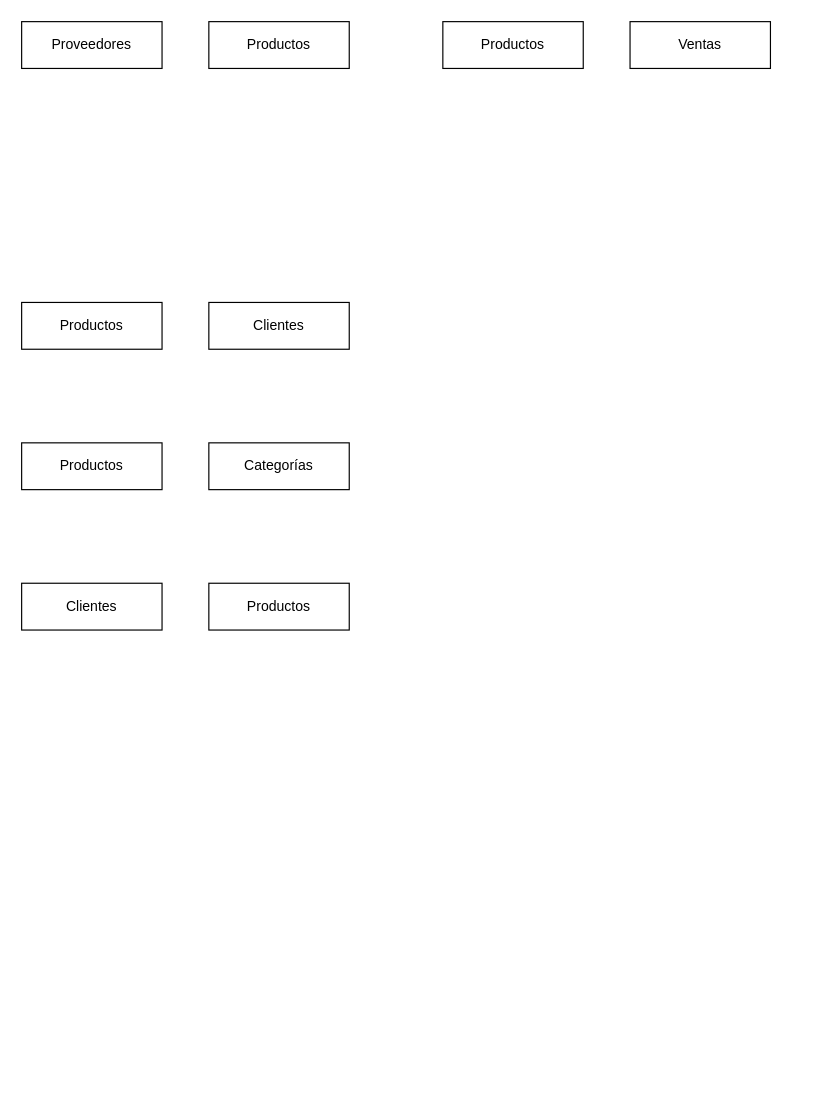
The draw.io diagram Tareas/Tarea3.drawio in JuanManuelMM/Base-Datos, before the edit. Source tidied: cells renumbered, new cells numbered last; positions are measured from the earlier drawing's top-left corner, leaving out a move shared by most shapes. Both pictures are drawn from the tidied source at 117%, with x=0, y=0 at pixel (21, 21).
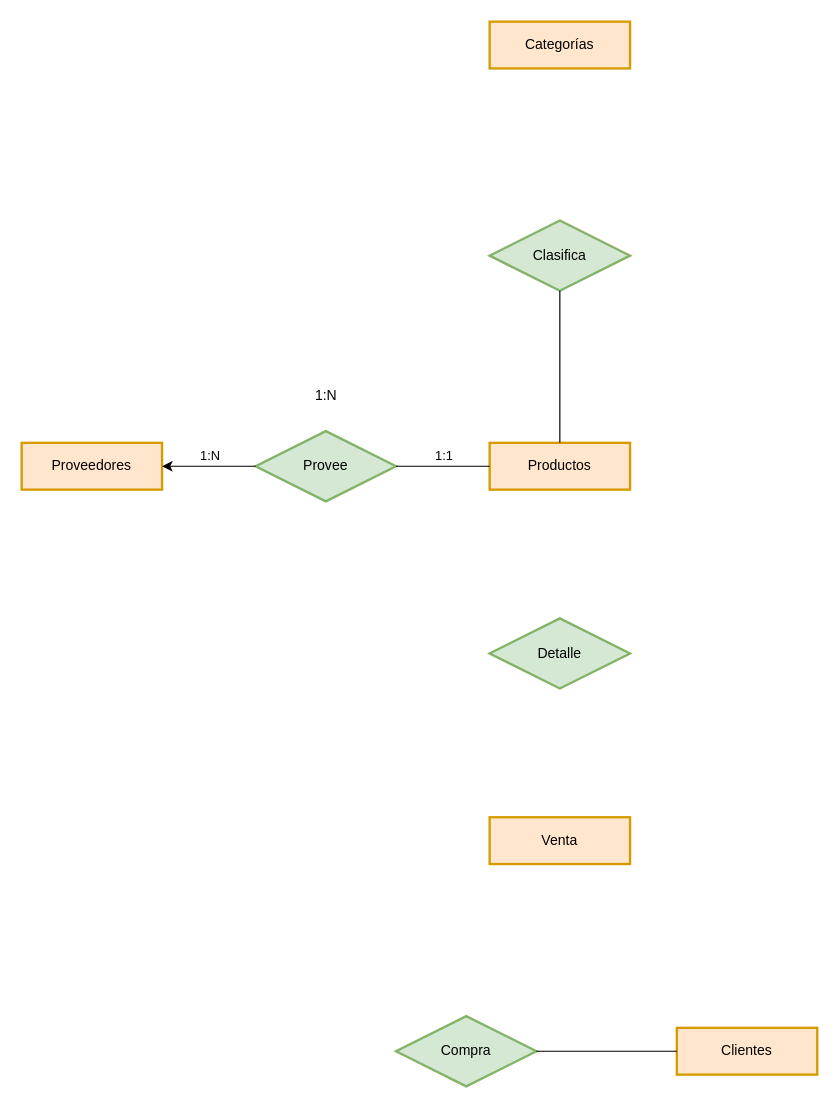
After the change.

The edit, as a diff of the source:
```diff
@@
 <mxGraphModel>
   <root>
     <mxCell id="0" />
     <mxCell id="1" parent="0" />
-    <mxCell id="2" value="Clientes" style="whiteSpace=wrap;html=1;align=center;" parent="1" vertex="1">
-      <mxGeometry x="160" y="240" width="120" height="40" as="geometry" />
+    <mxCell id="2" value="Clientes" style="whiteSpace=wrap;html=1;align=center;fillColor=#ffe6cc;strokeColor=#d79b00;strokeWidth=2;" parent="1" vertex="1">
+      <mxGeometry x="560" y="860" width="120" height="40" as="geometry" />
     </mxCell>
-    <mxCell id="3" value="Productos" style="whiteSpace=wrap;html=1;align=center;" parent="1" vertex="1">
-      <mxGeometry x="360" width="120" height="40" as="geometry" />
-    </mxCell>
-    <mxCell id="4" value="Ventas" style="whiteSpace=wrap;html=1;align=center;" parent="1" vertex="1">
-      <mxGeometry x="520" width="120" height="40" as="geometry" />
-    </mxCell>
-    <mxCell id="5" value="Proveedores" style="whiteSpace=wrap;html=1;align=center;" parent="1" vertex="1">
-      <mxGeometry width="120" height="40" as="geometry" />
+    <mxCell id="5" value="&lt;font color=&quot;#000000&quot;&gt;Proveedores&lt;/font&gt;" style="whiteSpace=wrap;html=1;align=center;fillColor=#ffe6cc;strokeColor=#d79b00;strokeWidth=2;" parent="1" vertex="1">
+      <mxGeometry y="360" width="120" height="40" as="geometry" />
     </mxCell>
-    <mxCell id="6" value="Productos" style="whiteSpace=wrap;html=1;align=center;" parent="1" vertex="1">
-      <mxGeometry x="160" width="120" height="40" as="geometry" />
+    <mxCell id="6" value="Productos" style="whiteSpace=wrap;html=1;align=center;fillColor=#ffe6cc;strokeColor=#d79b00;strokeWidth=2;" parent="1" vertex="1">
+      <mxGeometry x="400" y="360" width="120" height="40" as="geometry" />
     </mxCell>
-    <mxCell id="7" value="Productos" style="whiteSpace=wrap;html=1;align=center;" parent="1" vertex="1">
-      <mxGeometry x="160" y="480" width="120" height="40" as="geometry" />
-    </mxCell>
-    <mxCell id="8" value="Clientes" style="whiteSpace=wrap;html=1;align=center;" parent="1" vertex="1">
-      <mxGeometry y="480" width="120" height="40" as="geometry" />
-    </mxCell>
-    <mxCell id="9" value="Productos" style="whiteSpace=wrap;html=1;align=center;" parent="1" vertex="1">
-      <mxGeometry y="240" width="120" height="40" as="geometry" />
-    </mxCell>
-    <mxCell id="10" value="Categorías" style="whiteSpace=wrap;html=1;align=center;" parent="1" vertex="1">
-      <mxGeometry x="160" y="360" width="120" height="40" as="geometry" />
+    <mxCell id="10" value="Categorías" style="whiteSpace=wrap;html=1;align=center;fillColor=#ffe6cc;strokeColor=#d79b00;strokeWidth=2;" parent="1" vertex="1">
+      <mxGeometry x="400" width="120" height="40" as="geometry" />
     </mxCell>
-    <mxCell id="11" value="Productos" style="whiteSpace=wrap;html=1;align=center;" parent="1" vertex="1">
-      <mxGeometry y="360" width="120" height="40" as="geometry" />
-    </mxCell>
+    <mxCell id="12" value="Venta" style="whiteSpace=wrap;html=1;align=center;fillColor=#ffe6cc;strokeColor=#d79b00;strokeWidth=2;" parent="1" vertex="1">
+      <mxGeometry x="400" y="680" width="120" height="40" as="geometry" />
+    </mxCell>
+    <mxCell id="13" value="Provee" style="shape=rhombus;perimeter=rhombusPerimeter;whiteSpace=wrap;html=1;align=center;fillColor=#d5e8d4;strokeColor=#82b366;strokeWidth=2;" parent="1" vertex="1">
+      <mxGeometry x="200" y="350" width="120" height="60" as="geometry" />
+    </mxCell>
+    <mxCell id="14" value="Clasifica" style="shape=rhombus;perimeter=rhombusPerimeter;whiteSpace=wrap;html=1;align=center;fillColor=#d5e8d4;strokeColor=#82b366;strokeWidth=2;" parent="1" vertex="1">
+      <mxGeometry x="400" y="170" width="120" height="60" as="geometry" />
+    </mxCell>
+    <mxCell id="15" value="Detalle" style="shape=rhombus;perimeter=rhombusPerimeter;whiteSpace=wrap;html=1;align=center;fillColor=#d5e8d4;strokeColor=#82b366;strokeWidth=2;" parent="1" vertex="1">
+      <mxGeometry x="400" y="510" width="120" height="60" as="geometry" />
+    </mxCell>
+    <mxCell id="16" value="Compra" style="shape=rhombus;perimeter=rhombusPerimeter;whiteSpace=wrap;html=1;align=center;fillColor=#d5e8d4;strokeColor=#82b366;strokeWidth=2;" parent="1" vertex="1">
+      <mxGeometry x="320" y="850" width="120" height="60" as="geometry" />
+    </mxCell>
+    <mxCell id="17" style="endArrow=classic;html=1;rounded=0;entryX=1;entryY=0.5;entryDx=0;entryDy=0;exitX=0;exitY=0.5;exitDx=0;exitDy=0;" parent="1" edge="1" source="13" target="5">
+      <mxGeometry relative="1" as="geometry" />
+    </mxCell>
+    <mxCell id="18" value="&lt;div&gt;1:N&lt;/div&gt;" style="edgeLabel;html=1;align=center;verticalAlign=middle;" parent="17" vertex="1">
+      <mxGeometry x="-0.47" y="4" relative="1" as="geometry">
+        <mxPoint x="-19" y="-14" as="offset" />
+      </mxGeometry>
+    </mxCell>
+    <mxCell id="19" style="endArrow=none;html=1;rounded=0;entryX=0;entryY=0.5;entryDx=0;entryDy=0;exitX=1;exitY=0.5;exitDx=0;exitDy=0;" parent="1" edge="1" source="13" target="6">
+      <mxGeometry relative="1" as="geometry" />
+    </mxCell>
+    <mxCell id="20" value="1:1" style="edgeLabel;html=1;align=center;verticalAlign=middle;fontColor=#000000;" parent="19" vertex="1">
+      <mxGeometry x="-0.28" y="2" relative="1" as="geometry">
+        <mxPoint x="11" y="-8" as="offset" />
+      </mxGeometry>
+    </mxCell>
+    <mxCell id="21" value="1:N" style="text;html=1;align=center;verticalAlign=middle;strokeColor=none;fillColor=none;fontColor=#000000;" parent="1" vertex="1">
+      <mxGeometry x="240" y="305" width="40" height="30" as="geometry" />
+    </mxCell>
+    <mxCell id="22" style="endArrow=none;html=1;rounded=0;fontColor=#000000;entryX=0.5;entryY=1;entryDx=0;entryDy=0;exitX=0.5;exitY=0;exitDx=0;exitDy=0;" parent="1" edge="1" source="6" target="14">
+      <mxGeometry relative="1" as="geometry" />
+    </mxCell>
+    <mxCell id="23" style="endArrow=none;html=1;rounded=0;fontColor=#000000;entryX=0;entryY=0.5;entryDx=0;entryDy=0;exitX=1;exitY=0.5;exitDx=0;exitDy=0;" parent="1" edge="1" source="16" target="2">
+      <mxGeometry relative="1" as="geometry" />
+    </mxCell>
   </root>
 </mxGraphModel>
```
